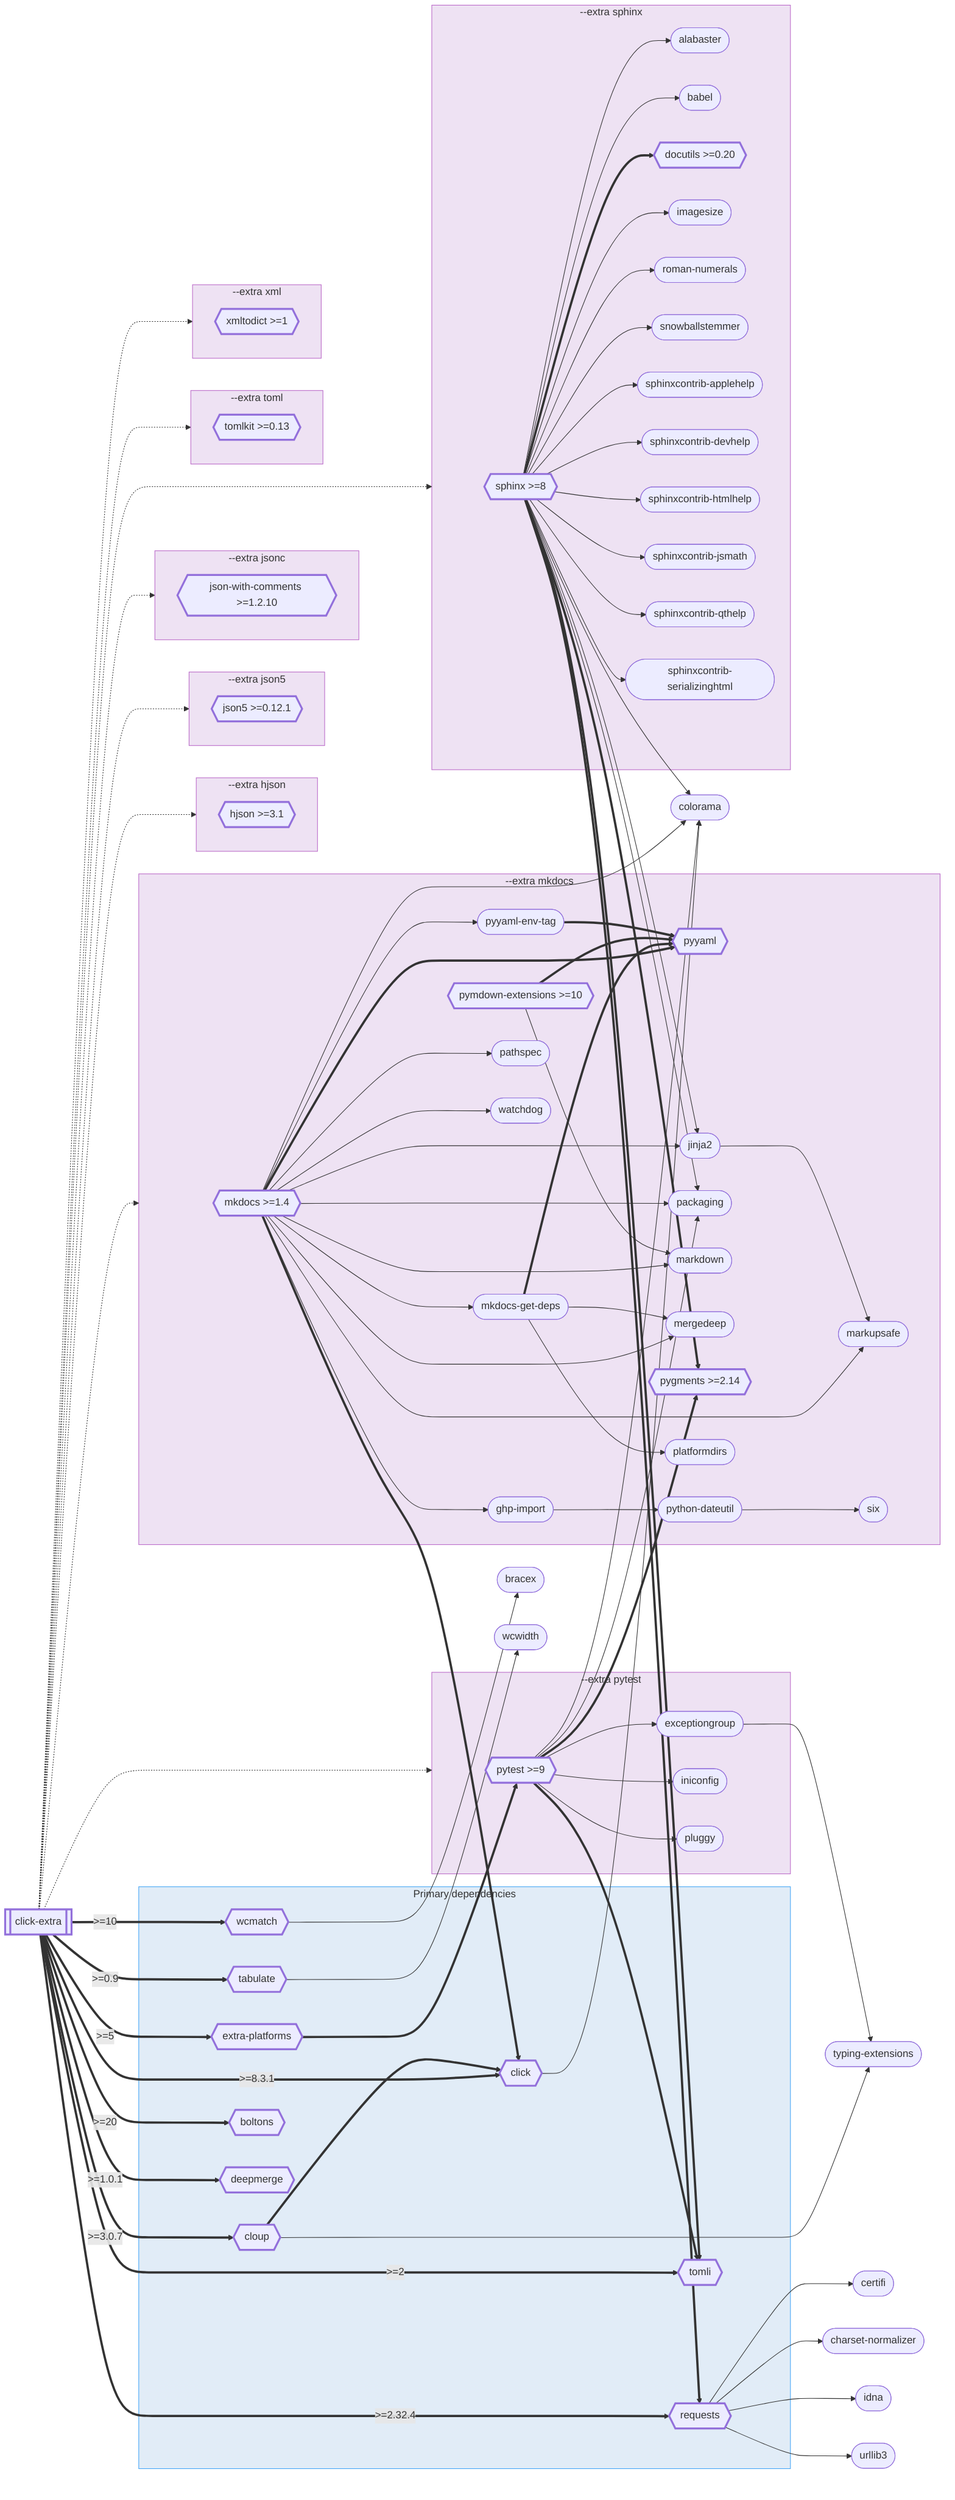
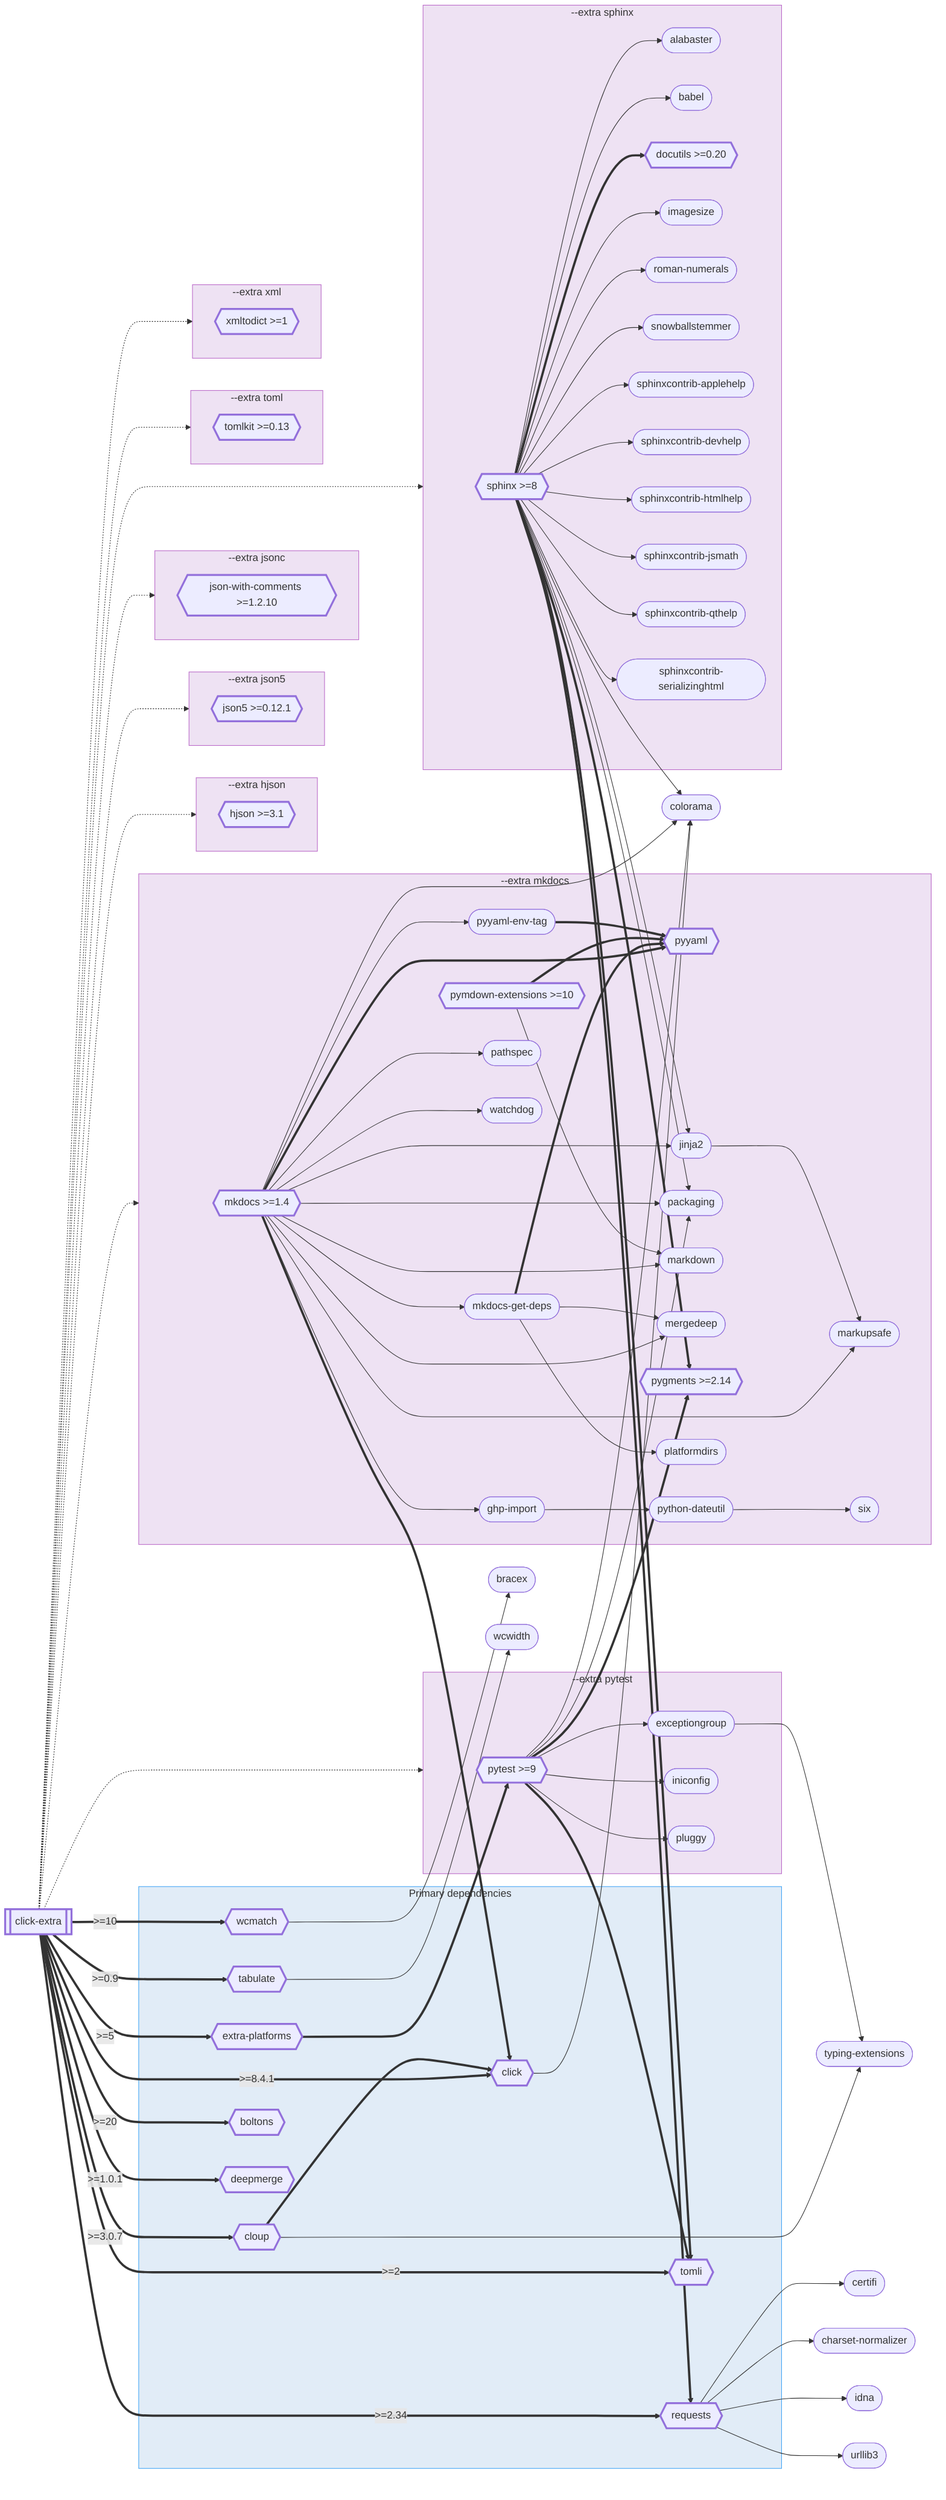
flowchart LR
    click_extra[["`click-extra`"]]

    subgraph primary-deps [Primary dependencies]
        extra_platforms{{"`extra-platforms`"}}
        requests{{"`requests`"}}
        cloup{{"`cloup`"}}
        click_0{{"`click`"}}
        tabulate{{"`tabulate`"}}
        wcmatch{{"`wcmatch`"}}
        tomli{{"`tomli`"}}
        boltons{{"`boltons`"}}
        deepmerge{{"`deepmerge`"}}
    end

    colorama(["`colorama`"])
    typing_extensions(["`typing-extensions`"])
    bracex(["`bracex`"])
    certifi(["`certifi`"])
    charset_normalizer(["`charset-normalizer`"])
    idna(["`idna`"])
    urllib3(["`urllib3`"])
    wcwidth(["`wcwidth`"])

    subgraph ext_hjson [--extra hjson]
        hjson{{"`hjson >=3.1`"}}
    end

    subgraph ext_json5 [--extra json5]
        json5{{"`json5 >=0.12.1`"}}
    end

    subgraph ext_jsonc [--extra jsonc]
        json_with_comments{{"`json-with-comments >=1.2.10`"}}
    end

    subgraph ext_mkdocs [--extra mkdocs]
        mkdocs{{"`mkdocs >=1.4`"}}
        mkdocs_get_deps(["`mkdocs-get-deps`"])
        pyyaml{{"`pyyaml`"}}
        jinja2(["`jinja2`"])
        packaging(["`packaging`"])
        ghp_import(["`ghp-import`"])
        markdown(["`markdown`"])
        markupsafe(["`markupsafe`"])
        mergedeep(["`mergedeep`"])
        pygments{{"`pygments >=2.14`"}}
        pymdown_extensions{{"`pymdown-extensions >=10`"}}
        python_dateutil(["`python-dateutil`"])
        pyyaml_env_tag(["`pyyaml-env-tag`"])
        pathspec(["`pathspec`"])
        platformdirs(["`platformdirs`"])
        six(["`six`"])
        watchdog(["`watchdog`"])
    end

    subgraph ext_pytest [--extra pytest]
        pytest{{"`pytest >=9`"}}
        exceptiongroup(["`exceptiongroup`"])
        iniconfig(["`iniconfig`"])
        pluggy(["`pluggy`"])
    end

    subgraph ext_sphinx [--extra sphinx]
        sphinx{{"`sphinx >=8`"}}
        alabaster(["`alabaster`"])
        babel(["`babel`"])
        docutils{{"`docutils >=0.20`"}}
        imagesize(["`imagesize`"])
        roman_numerals(["`roman-numerals`"])
        snowballstemmer(["`snowballstemmer`"])
        sphinxcontrib_applehelp(["`sphinxcontrib-applehelp`"])
        sphinxcontrib_devhelp(["`sphinxcontrib-devhelp`"])
        sphinxcontrib_htmlhelp(["`sphinxcontrib-htmlhelp`"])
        sphinxcontrib_jsmath(["`sphinxcontrib-jsmath`"])
        sphinxcontrib_qthelp(["`sphinxcontrib-qthelp`"])
        sphinxcontrib_serializinghtml(["`sphinxcontrib-serializinghtml`"])
    end

    subgraph ext_toml [--extra toml]
        tomlkit{{"`tomlkit >=0.13`"}}
    end

    subgraph ext_xml [--extra xml]
        xmltodict{{"`xmltodict >=1`"}}
    end

-     click_extra ==>|" >=2.32.4 "| requests
-     click_extra ==>|" >=8.3.1 "| click_0
+     click_extra ==>|" >=2.34 "| requests
+     click_extra ==>|" >=8.4.1 "| click_0
    click_extra ==>|" >=3.0.7 "| cloup
    click_extra ==>|" >=2 "| tomli
    click_extra ==>|" >=5 "| extra_platforms
    click_extra ==>|" >=0.9 "| tabulate
    click_extra ==>|" >=10 "| wcmatch
    click_extra ==>|" >=20 "| boltons
    click_extra ==>|" >=1.0.1 "| deepmerge
    sphinx ==> requests
    sphinx --> colorama
    sphinx --> jinja2
    sphinx --> packaging
    sphinx ==> pygments
    sphinx ==> tomli
    sphinx --> alabaster
    sphinx --> babel
    sphinx ==> docutils
    sphinx --> imagesize
    sphinx --> roman_numerals
    sphinx --> snowballstemmer
    sphinx --> sphinxcontrib_applehelp
    sphinx --> sphinxcontrib_devhelp
    sphinx --> sphinxcontrib_htmlhelp
    sphinx --> sphinxcontrib_jsmath
    sphinx --> sphinxcontrib_qthelp
    sphinx --> sphinxcontrib_serializinghtml
    mkdocs --> mkdocs_get_deps
    mkdocs ==> pyyaml
    mkdocs ==> click_0
    mkdocs --> colorama
    mkdocs --> jinja2
    mkdocs --> packaging
    mkdocs --> ghp_import
    mkdocs --> markdown
    mkdocs --> markupsafe
    mkdocs --> mergedeep
    mkdocs --> pyyaml_env_tag
    mkdocs --> pathspec
    mkdocs --> watchdog
    pytest --> colorama
    pytest --> packaging
    pytest --> exceptiongroup
    pytest ==> pygments
    pytest ==> tomli
    pytest --> iniconfig
    pytest --> pluggy
    requests --> certifi
    requests --> charset_normalizer
    requests --> idna
    requests --> urllib3
    mkdocs_get_deps ==> pyyaml
    mkdocs_get_deps --> mergedeep
    mkdocs_get_deps --> platformdirs
    click_0 --> colorama
    jinja2 --> markupsafe
    cloup ==> click_0
    cloup --> typing_extensions
    exceptiongroup --> typing_extensions
    ghp_import --> python_dateutil
    pymdown_extensions ==> pyyaml
    pymdown_extensions --> markdown
    python_dateutil --> six
    pyyaml_env_tag ==> pyyaml
    extra_platforms ==> pytest
    tabulate --> wcwidth
    wcmatch --> bracex
    click_extra -.-> ext_hjson
    click_extra -.-> ext_json5
    click_extra -.-> ext_jsonc
    click_extra -.-> ext_mkdocs
    click_extra -.-> ext_pytest
    click_extra -.-> ext_sphinx
    click_extra -.-> ext_toml
    click_extra -.-> ext_xml

    click alabaster "https://pypi.org/project/alabaster/" _blank
    click babel "https://pypi.org/project/babel/" _blank
    click boltons "https://pypi.org/project/boltons/" _blank
    click bracex "https://pypi.org/project/bracex/" _blank
    click certifi "https://pypi.org/project/certifi/" _blank
    click charset_normalizer "https://pypi.org/project/charset-normalizer/" _blank
    click click_0 "https://pypi.org/project/click/" _blank
    click click_extra "https://pypi.org/project/click-extra/" _blank
    click cloup "https://pypi.org/project/cloup/" _blank
    click colorama "https://pypi.org/project/colorama/" _blank
    click deepmerge "https://pypi.org/project/deepmerge/" _blank
    click docutils "https://pypi.org/project/docutils/" _blank
    click exceptiongroup "https://pypi.org/project/exceptiongroup/" _blank
    click extra_platforms "https://pypi.org/project/extra-platforms/" _blank
    click ghp_import "https://pypi.org/project/ghp-import/" _blank
    click hjson "https://pypi.org/project/hjson/" _blank
    click idna "https://pypi.org/project/idna/" _blank
    click imagesize "https://pypi.org/project/imagesize/" _blank
    click iniconfig "https://pypi.org/project/iniconfig/" _blank
    click jinja2 "https://pypi.org/project/jinja2/" _blank
    click json_with_comments "https://pypi.org/project/json-with-comments/" _blank
    click json5 "https://pypi.org/project/json5/" _blank
    click markdown "https://pypi.org/project/markdown/" _blank
    click markupsafe "https://pypi.org/project/markupsafe/" _blank
    click mergedeep "https://pypi.org/project/mergedeep/" _blank
    click mkdocs "https://pypi.org/project/mkdocs/" _blank
    click mkdocs_get_deps "https://pypi.org/project/mkdocs-get-deps/" _blank
    click packaging "https://pypi.org/project/packaging/" _blank
    click pathspec "https://pypi.org/project/pathspec/" _blank
    click platformdirs "https://pypi.org/project/platformdirs/" _blank
    click pluggy "https://pypi.org/project/pluggy/" _blank
    click pygments "https://pypi.org/project/pygments/" _blank
    click pymdown_extensions "https://pypi.org/project/pymdown-extensions/" _blank
    click pytest "https://pypi.org/project/pytest/" _blank
    click python_dateutil "https://pypi.org/project/python-dateutil/" _blank
    click pyyaml "https://pypi.org/project/pyyaml/" _blank
    click pyyaml_env_tag "https://pypi.org/project/pyyaml-env-tag/" _blank
    click requests "https://pypi.org/project/requests/" _blank
    click roman_numerals "https://pypi.org/project/roman-numerals/" _blank
    click six "https://pypi.org/project/six/" _blank
    click snowballstemmer "https://pypi.org/project/snowballstemmer/" _blank
    click sphinx "https://pypi.org/project/sphinx/" _blank
    click sphinxcontrib_applehelp "https://pypi.org/project/sphinxcontrib-applehelp/" _blank
    click sphinxcontrib_devhelp "https://pypi.org/project/sphinxcontrib-devhelp/" _blank
    click sphinxcontrib_htmlhelp "https://pypi.org/project/sphinxcontrib-htmlhelp/" _blank
    click sphinxcontrib_jsmath "https://pypi.org/project/sphinxcontrib-jsmath/" _blank
    click sphinxcontrib_qthelp "https://pypi.org/project/sphinxcontrib-qthelp/" _blank
    click sphinxcontrib_serializinghtml "https://pypi.org/project/sphinxcontrib-serializinghtml/" _blank
    click tabulate "https://pypi.org/project/tabulate/" _blank
    click tomli "https://pypi.org/project/tomli/" _blank
    click tomlkit "https://pypi.org/project/tomlkit/" _blank
    click typing_extensions "https://pypi.org/project/typing-extensions/" _blank
    click urllib3 "https://pypi.org/project/urllib3/" _blank
    click watchdog "https://pypi.org/project/watchdog/" _blank
    click wcmatch "https://pypi.org/project/wcmatch/" _blank
    click wcwidth "https://pypi.org/project/wcwidth/" _blank
    click xmltodict "https://pypi.org/project/xmltodict/" _blank

    style click_extra stroke-width:3px
    style boltons stroke-width:3px
    style click_0 stroke-width:3px
    style cloup stroke-width:3px
    style deepmerge stroke-width:3px
    style docutils stroke-width:3px
    style extra_platforms stroke-width:3px
    style hjson stroke-width:3px
    style json_with_comments stroke-width:3px
    style json5 stroke-width:3px
    style mkdocs stroke-width:3px
    style pygments stroke-width:3px
    style pymdown_extensions stroke-width:3px
    style pytest stroke-width:3px
    style pyyaml stroke-width:3px
    style requests stroke-width:3px
    style sphinx stroke-width:3px
    style tabulate stroke-width:3px
    style tomli stroke-width:3px
    style tomlkit stroke-width:3px
    style wcmatch stroke-width:3px
    style xmltodict stroke-width:3px

    style primary-deps fill:#1565C020,stroke:#42A5F5
    style ext_hjson fill:#7B1FA220,stroke:#BA68C8
    style ext_json5 fill:#7B1FA220,stroke:#BA68C8
    style ext_jsonc fill:#7B1FA220,stroke:#BA68C8
    style ext_mkdocs fill:#7B1FA220,stroke:#BA68C8
    style ext_pytest fill:#7B1FA220,stroke:#BA68C8
    style ext_sphinx fill:#7B1FA220,stroke:#BA68C8
    style ext_toml fill:#7B1FA220,stroke:#BA68C8
    style ext_xml fill:#7B1FA220,stroke:#BA68C8
